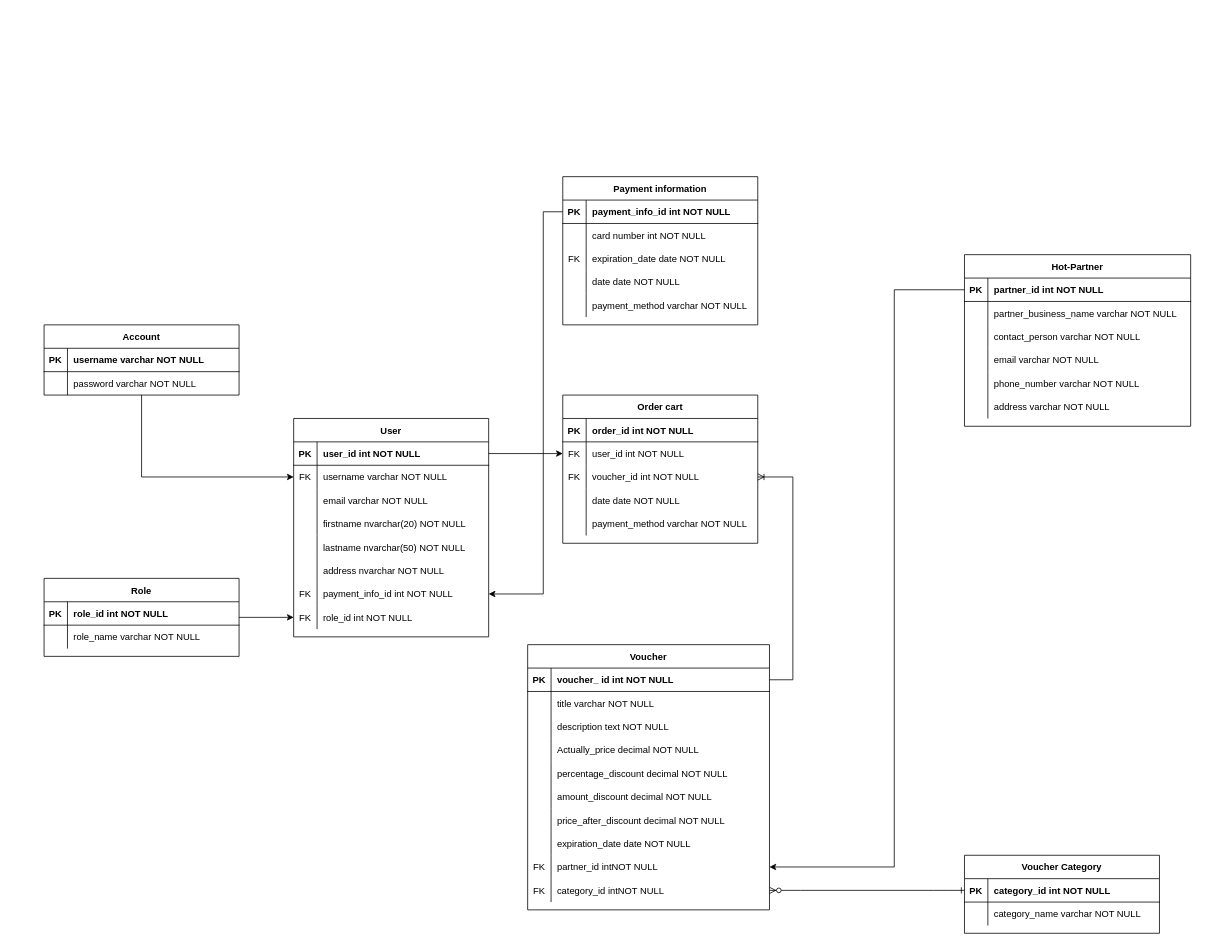
The draw.io diagram Biểu đồ không có tiêu đề.drawio in dredat999/SWP391_SP24_B3W_Hotdeals, before the edit. Source tidied: cells renumbered, new cells numbered last; positions are measured from the earlier drawing's top-left corner, leaving out a move shared by most shapes. Both pictures are drawn from the tidied source at 78%, with x=0, y=0 at pixel (44, 176).
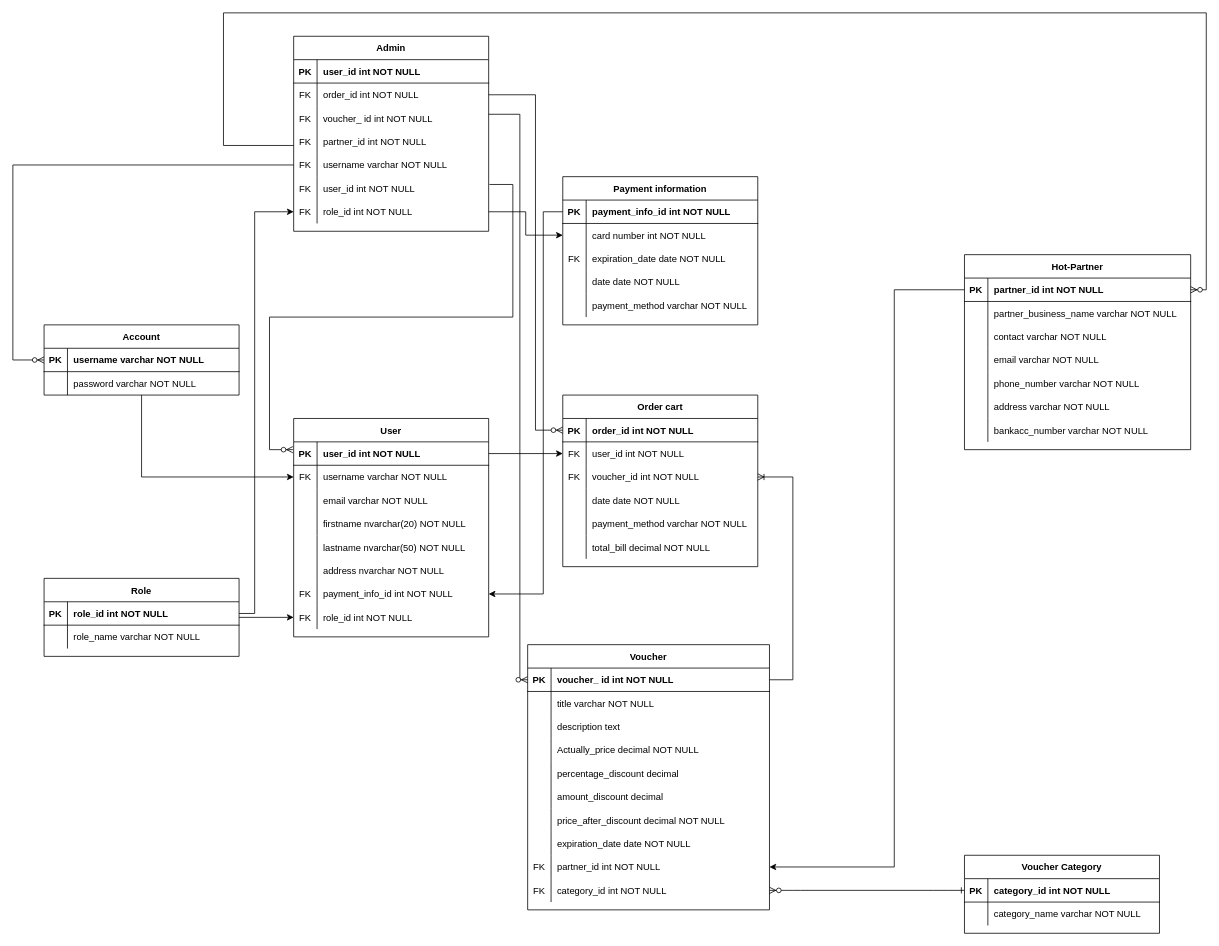
The same page after the edit.

Unchanged cells that the change refers to:
```xml
<mxCell id="3" style="shape=partialRectangle;fillColor=none;points=[[0,0.5],[1,0.5]];portConstraint=eastwest;top=0;left=0;right=0;bottom=1;" parent="2" vertex="1">
  <mxGeometry y="30" width="290" height="30" as="geometry" />
</mxCell>
<mxCell id="9" style="shape=partialRectangle;fillColor=none;top=0;left=0;right=0;bottom=0;" parent="2" vertex="1">
  <mxGeometry y="90" width="290" height="30" as="geometry" />
</mxCell>
<mxCell id="22" style="shape=partialRectangle;fillColor=none;points=[[0,0.5],[1,0.5]];portConstraint=eastwest;top=0;left=0;right=0;bottom=1;" parent="21" vertex="1">
  <mxGeometry y="30" width="310" height="30" as="geometry" />
</mxCell>
<mxCell id="28" style="shape=partialRectangle;fillColor=none;top=0;left=0;right=0;bottom=0;" parent="21" vertex="1">
  <mxGeometry y="90" width="310" height="30" as="geometry" />
</mxCell>
<mxCell id="34" style="shape=partialRectangle;fillColor=none;top=0;left=0;right=0;bottom=0;" parent="21" vertex="1">
  <mxGeometry y="150" width="310" height="30" as="geometry" />
</mxCell>
<mxCell id="37" style="shape=partialRectangle;fillColor=none;top=0;left=0;right=0;bottom=0;" parent="21" vertex="1">
  <mxGeometry y="180" width="310" height="30" as="geometry" />
</mxCell>
<mxCell id="46" style="shape=partialRectangle;fillColor=none;points=[[0,0.5],[1,0.5]];portConstraint=eastwest;top=0;left=0;right=0;bottom=0;" parent="21" vertex="1">
  <mxGeometry y="270" width="310" height="30" as="geometry" />
</mxCell>
<mxCell id="49" style="shape=partialRectangle;fillColor=none;points=[[0,0.5],[1,0.5]];portConstraint=eastwest;top=0;left=0;right=0;bottom=0;" parent="21" vertex="1">
  <mxGeometry y="300" width="310" height="30" as="geometry" />
</mxCell>
<mxCell id="54" style="shape=partialRectangle;fillColor=none;points=[[0,0.5],[1,0.5]];portConstraint=eastwest;top=0;left=0;right=0;bottom=1;" parent="53" vertex="1">
  <mxGeometry y="30" width="250" height="30" as="geometry" />
</mxCell>
<mxCell id="68" style="shape=partialRectangle;fillColor=none;points=[[0,0.5],[1,0.5]];portConstraint=eastwest;top=0;left=0;right=0;bottom=1;" parent="67" vertex="1">
  <mxGeometry y="30" width="250" height="30" as="geometry" />
</mxCell>
<mxCell id="86" style="shape=partialRectangle;fillColor=none;points=[[0,0.5],[1,0.5]];portConstraint=eastwest;top=0;left=0;right=0;bottom=1;" parent="85" vertex="1">
  <mxGeometry y="30" width="250" height="30" as="geometry" />
</mxCell>
<mxCell id="121" style="shape=partialRectangle;fillColor=none;points=[[0,0.5],[1,0.5]];portConstraint=eastwest;top=0;left=0;right=0;bottom=0;" parent="117" vertex="1">
  <mxGeometry y="60" width="250" height="30" as="geometry" />
</mxCell>
```

The edit, as a diff of the source:
```diff
@@
     <mxCell id="2" value="Hot-Partner" style="shape=table;startSize=30;childLayout=tableLayout;rowLines=0;fontStyle=1;align=center;" parent="1" vertex="1">
-      <mxGeometry x="1180" y="100" width="290" height="220" as="geometry" />
+      <mxGeometry x="1180" y="100" width="290" height="250" as="geometry" />
     </mxCell>
@@
-    <mxCell id="11" value="contact_person varchar NOT NULL" style="shape=partialRectangle;overflow=hidden;fillColor=none;top=0;left=0;bottom=0;right=0;align=left;spacingLeft=6;" parent="9" vertex="1">
+    <mxCell id="11" value="contact varchar NOT NULL" style="shape=partialRectangle;overflow=hidden;fillColor=none;top=0;left=0;bottom=0;right=0;align=left;spacingLeft=6;" parent="9" vertex="1">
       <mxGeometry x="30" width="260" height="30" as="geometry" />
     </mxCell>
@@
+    <mxCell id="137" style="shape=partialRectangle;fillColor=none;top=0;left=0;right=0;bottom=0;" parent="2" vertex="1">
+      <mxGeometry y="210" width="290" height="30" as="geometry" />
+    </mxCell>
+    <mxCell id="138" style="shape=partialRectangle;overflow=hidden;fillColor=none;top=0;left=0;bottom=0;right=0;" parent="137" vertex="1">
+      <mxGeometry width="30" height="30" as="geometry" />
+    </mxCell>
+    <mxCell id="139" value="bankacc_number varchar NOT NULL" style="shape=partialRectangle;overflow=hidden;fillColor=none;top=0;left=0;bottom=0;right=0;align=left;spacingLeft=6;" parent="137" vertex="1">
+      <mxGeometry x="30" width="260" height="30" as="geometry" />
+    </mxCell>
@@
-    <mxCell id="30" value="description text NOT NULL" style="shape=partialRectangle;overflow=hidden;fillColor=none;top=0;left=0;bottom=0;right=0;align=left;spacingLeft=6;" parent="28" vertex="1">
+    <mxCell id="30" value="description text " style="shape=partialRectangle;overflow=hidden;fillColor=none;top=0;left=0;bottom=0;right=0;align=left;spacingLeft=6;" parent="28" vertex="1">
       <mxGeometry x="30" width="280" height="30" as="geometry" />
     </mxCell>
@@
-    <mxCell id="36" value="percentage_discount decimal NOT NULL" style="shape=partialRectangle;overflow=hidden;fillColor=none;top=0;left=0;bottom=0;right=0;align=left;spacingLeft=6;" parent="34" vertex="1">
+    <mxCell id="36" value="percentage_discount decimal" style="shape=partialRectangle;overflow=hidden;fillColor=none;top=0;left=0;bottom=0;right=0;align=left;spacingLeft=6;" parent="34" vertex="1">
       <mxGeometry x="30" width="280" height="30" as="geometry" />
     </mxCell>
@@
-    <mxCell id="39" value="amount_discount decimal NOT NULL" style="shape=partialRectangle;overflow=hidden;fillColor=none;top=0;left=0;bottom=0;right=0;align=left;spacingLeft=6;" parent="37" vertex="1">
+    <mxCell id="39" value="amount_discount decimal " style="shape=partialRectangle;overflow=hidden;fillColor=none;top=0;left=0;bottom=0;right=0;align=left;spacingLeft=6;" parent="37" vertex="1">
       <mxGeometry x="30" width="280" height="30" as="geometry" />
     </mxCell>
@@
-    <mxCell id="48" value="partner_id intNOT NULL" style="shape=partialRectangle;overflow=hidden;fillColor=none;top=0;left=0;bottom=0;right=0;align=left;spacingLeft=6;" parent="46" vertex="1">
+    <mxCell id="48" value="partner_id int NOT NULL" style="shape=partialRectangle;overflow=hidden;fillColor=none;top=0;left=0;bottom=0;right=0;align=left;spacingLeft=6;" parent="46" vertex="1">
       <mxGeometry x="30" width="280" height="30" as="geometry" />
     </mxCell>
@@
-    <mxCell id="51" value="category_id intNOT NULL" style="shape=partialRectangle;overflow=hidden;fillColor=none;top=0;left=0;bottom=0;right=0;align=left;spacingLeft=6;" parent="49" vertex="1">
+    <mxCell id="51" value="category_id int NOT NULL" style="shape=partialRectangle;overflow=hidden;fillColor=none;top=0;left=0;bottom=0;right=0;align=left;spacingLeft=6;" parent="49" vertex="1">
       <mxGeometry x="30" width="280" height="30" as="geometry" />
     </mxCell>
@@
     <mxCell id="67" value="Order cart" style="shape=table;startSize=30;childLayout=tableLayout;rowLines=0;fontStyle=1;align=center;" parent="1" vertex="1">
-      <mxGeometry x="665" y="280" width="250" height="190" as="geometry" />
+      <mxGeometry x="665" y="280" width="250" height="220" as="geometry" />
     </mxCell>
@@
+    <mxCell id="140" style="shape=partialRectangle;fillColor=none;top=0;left=0;right=0;bottom=0;" parent="67" vertex="1">
+      <mxGeometry y="180" width="250" height="30" as="geometry" />
+    </mxCell>
+    <mxCell id="141" style="shape=partialRectangle;overflow=hidden;fillColor=none;top=0;left=0;bottom=0;right=0;" parent="140" vertex="1">
+      <mxGeometry width="30" height="30" as="geometry" />
+    </mxCell>
+    <mxCell id="142" value="total_bill decimal NOT NULL" style="shape=partialRectangle;overflow=hidden;fillColor=none;top=0;left=0;bottom=0;right=0;align=left;spacingLeft=6;" parent="140" vertex="1">
+      <mxGeometry x="30" width="220" height="30" as="geometry" />
+    </mxCell>
@@
+    <mxCell id="143" value="Admin" style="shape=table;startSize=30;childLayout=tableLayout;rowLines=0;fontStyle=1;align=center;" parent="1" vertex="1">
+      <mxGeometry x="320" y="-180" width="250" height="250" as="geometry" />
+    </mxCell>
+    <mxCell id="144" style="shape=partialRectangle;fillColor=none;top=0;left=0;right=0;bottom=1;" parent="143" vertex="1">
+      <mxGeometry y="30" width="250" height="30" as="geometry" />
+    </mxCell>
+    <mxCell id="145" value="PK" style="shape=partialRectangle;overflow=hidden;fillColor=none;top=0;left=0;bottom=0;right=0;fontStyle=1;" parent="144" vertex="1">
+      <mxGeometry width="30" height="30" as="geometry" />
+    </mxCell>
+    <mxCell id="146" value="user_id int NOT NULL " style="shape=partialRectangle;overflow=hidden;fillColor=none;top=0;left=0;bottom=0;right=0;align=left;spacingLeft=6;fontStyle=1;" parent="144" vertex="1">
+      <mxGeometry x="30" width="220" height="30" as="geometry" />
+    </mxCell>
+    <mxCell id="147" style="shape=partialRectangle;fillColor=none;points=[[0,0.5],[1,0.5]];portConstraint=eastwest;top=0;left=0;right=0;bottom=0;" parent="143" vertex="1">
+      <mxGeometry y="60" width="250" height="30" as="geometry" />
+    </mxCell>
+    <mxCell id="148" value="FK" style="shape=partialRectangle;overflow=hidden;fillColor=none;top=0;left=0;bottom=0;right=0;" parent="147" vertex="1">
+      <mxGeometry width="30" height="30" as="geometry" />
+    </mxCell>
+    <mxCell id="149" value="order_id int NOT NULL" style="shape=partialRectangle;overflow=hidden;fillColor=none;top=0;left=0;bottom=0;right=0;align=left;spacingLeft=6;" parent="147" vertex="1">
+      <mxGeometry x="30" width="220" height="30" as="geometry" />
+    </mxCell>
+    <mxCell id="150" style="shape=partialRectangle;fillColor=none;points=[[0,0.5],[1,0.5]];portConstraint=eastwest;top=0;left=0;right=0;bottom=0;" parent="143" vertex="1">
+      <mxGeometry y="90" width="250" height="30" as="geometry" />
+    </mxCell>
+    <mxCell id="151" value="FK" style="shape=partialRectangle;overflow=hidden;fillColor=none;top=0;left=0;bottom=0;right=0;" parent="150" vertex="1">
+      <mxGeometry width="30" height="30" as="geometry" />
+    </mxCell>
+    <mxCell id="152" value="voucher_ id int NOT NULL" style="shape=partialRectangle;overflow=hidden;fillColor=none;top=0;left=0;bottom=0;right=0;align=left;spacingLeft=6;" parent="150" vertex="1">
+      <mxGeometry x="30" width="220" height="30" as="geometry" />
+    </mxCell>
+    <mxCell id="153" style="shape=partialRectangle;fillColor=none;points=[[0,0.5],[1,0.5]];portConstraint=eastwest;top=0;left=0;right=0;bottom=0;" parent="143" vertex="1">
+      <mxGeometry y="120" width="250" height="30" as="geometry" />
+    </mxCell>
+    <mxCell id="154" value="FK" style="shape=partialRectangle;overflow=hidden;fillColor=none;top=0;left=0;bottom=0;right=0;" parent="153" vertex="1">
+      <mxGeometry width="30" height="30" as="geometry" />
+    </mxCell>
+    <mxCell id="155" value="partner_id int NOT NULL" style="shape=partialRectangle;overflow=hidden;fillColor=none;top=0;left=0;bottom=0;right=0;align=left;spacingLeft=6;" parent="153" vertex="1">
+      <mxGeometry x="30" width="220" height="30" as="geometry" />
+    </mxCell>
+    <mxCell id="156" style="shape=partialRectangle;fillColor=none;points=[[0,0.5],[1,0.5]];portConstraint=eastwest;top=0;left=0;right=0;bottom=0;" parent="143" vertex="1">
+      <mxGeometry y="150" width="250" height="30" as="geometry" />
+    </mxCell>
+    <mxCell id="157" value="FK" style="shape=partialRectangle;overflow=hidden;fillColor=none;top=0;left=0;bottom=0;right=0;" parent="156" vertex="1">
+      <mxGeometry width="30" height="30" as="geometry" />
+    </mxCell>
+    <mxCell id="158" value="username varchar NOT NULL" style="shape=partialRectangle;overflow=hidden;fillColor=none;top=0;left=0;bottom=0;right=0;align=left;spacingLeft=6;" parent="156" vertex="1">
+      <mxGeometry x="30" width="220" height="30" as="geometry" />
+    </mxCell>
+    <mxCell id="159" style="shape=partialRectangle;fillColor=none;top=0;left=0;right=0;bottom=0;" parent="143" vertex="1">
+      <mxGeometry y="180" width="250" height="30" as="geometry" />
+    </mxCell>
+    <mxCell id="160" value="FK" style="shape=partialRectangle;overflow=hidden;fillColor=none;top=0;left=0;bottom=0;right=0;" parent="159" vertex="1">
+      <mxGeometry width="30" height="30" as="geometry" />
+    </mxCell>
+    <mxCell id="161" value="user_id int NOT NULL" style="shape=partialRectangle;overflow=hidden;fillColor=none;top=0;left=0;bottom=0;right=0;align=left;spacingLeft=6;" parent="159" vertex="1">
+      <mxGeometry x="30" width="220" height="30" as="geometry" />
+    </mxCell>
+    <mxCell id="162" style="shape=partialRectangle;fillColor=none;points=[[0,0.5],[1,0.5]];portConstraint=eastwest;top=0;left=0;right=0;bottom=0;" parent="143" vertex="1">
+      <mxGeometry y="210" width="250" height="30" as="geometry" />
+    </mxCell>
+    <mxCell id="163" value="FK" style="shape=partialRectangle;overflow=hidden;fillColor=none;top=0;left=0;bottom=0;right=0;" parent="162" vertex="1">
+      <mxGeometry width="30" height="30" as="geometry" />
+    </mxCell>
+    <mxCell id="164" value="role_id int NOT NULL" style="shape=partialRectangle;overflow=hidden;fillColor=none;top=0;left=0;bottom=0;right=0;align=left;spacingLeft=6;" parent="162" vertex="1">
+      <mxGeometry x="30" width="220" height="30" as="geometry" />
+    </mxCell>
+    <mxCell id="165" style="edgeStyle=entityRelationEdgeStyle;fontSize=12;html=1;endArrow=ERzeroToMany;endFill=1;rounded=0;entryX=0;entryY=0.5;entryDx=0;entryDy=0;exitX=1;exitY=0.5;exitDx=0;exitDy=0;" parent="1" edge="1">
+      <mxGeometry relative="1" as="geometry">
+        <mxPoint x="571" y="10" as="sourcePoint" />
+        <mxPoint x="319" y="350" as="targetPoint" />
+      </mxGeometry>
+    </mxCell>
+    <mxCell id="166" style="edgeStyle=orthogonalEdgeStyle;fontSize=12;html=1;endArrow=ERzeroToMany;endFill=1;rounded=0;entryX=0;entryY=0.5;entryDx=0;entryDy=0;exitX=1;exitY=0.5;exitDx=0;exitDy=0;" parent="1" edge="1" source="147" target="68">
+      <mxGeometry relative="1" as="geometry">
+        <Array as="points">
+          <mxPoint x="630" y="-105" />
+          <mxPoint x="630" y="325" />
+        </Array>
+      </mxGeometry>
+    </mxCell>
+    <mxCell id="167" style="edgeStyle=orthogonalEdgeStyle;fontSize=12;html=1;endArrow=ERzeroToMany;endFill=1;rounded=0;entryX=0;entryY=0.5;entryDx=0;entryDy=0;" parent="1" edge="1" source="150" target="22">
+      <mxGeometry relative="1" as="geometry">
+        <Array as="points">
+          <mxPoint x="610" y="-80" />
+          <mxPoint x="610" y="645" />
+        </Array>
+      </mxGeometry>
+    </mxCell>
+    <mxCell id="168" style="edgeStyle=orthogonalEdgeStyle;fontSize=12;html=1;endArrow=ERzeroToMany;endFill=1;rounded=0;entryX=1;entryY=0.5;entryDx=0;entryDy=0;" parent="1" edge="1" source="153" target="3">
+      <mxGeometry relative="1" as="geometry">
+        <Array as="points">
+          <mxPoint x="230" y="-40" />
+          <mxPoint x="230" y="-210" />
+          <mxPoint x="1490" y="-210" />
+          <mxPoint x="1490" y="145" />
+        </Array>
+      </mxGeometry>
+    </mxCell>
+    <mxCell id="169" style="edgeStyle=orthogonalEdgeStyle;fontSize=12;html=1;endArrow=ERzeroToMany;endFill=1;rounded=0;entryX=0;entryY=0.5;entryDx=0;entryDy=0;exitX=0;exitY=0.5;exitDx=0;exitDy=0;" parent="1" edge="1" source="156" target="86">
+      <mxGeometry relative="1" as="geometry">
+        <Array as="points">
+          <mxPoint x="-40" y="-15" />
+          <mxPoint x="-40" y="235" />
+        </Array>
+      </mxGeometry>
+    </mxCell>
+    <mxCell id="170" style="edgeStyle=orthogonalEdgeStyle;rounded=0;jettySize=auto;html=1;entryX=0;entryY=0.5;entryDx=0;entryDy=0;" parent="1" edge="1" source="54" target="162">
+      <mxGeometry relative="1" as="geometry">
+        <Array as="points">
+          <mxPoint x="270" y="560" />
+          <mxPoint x="270" y="45" />
+        </Array>
+      </mxGeometry>
+    </mxCell>
+    <mxCell id="171" style="edgeStyle=orthogonalEdgeStyle;rounded=0;jettySize=auto;html=1;" parent="1" edge="1" source="162" target="121">
+      <mxGeometry relative="1" as="geometry" />
+    </mxCell>
```
